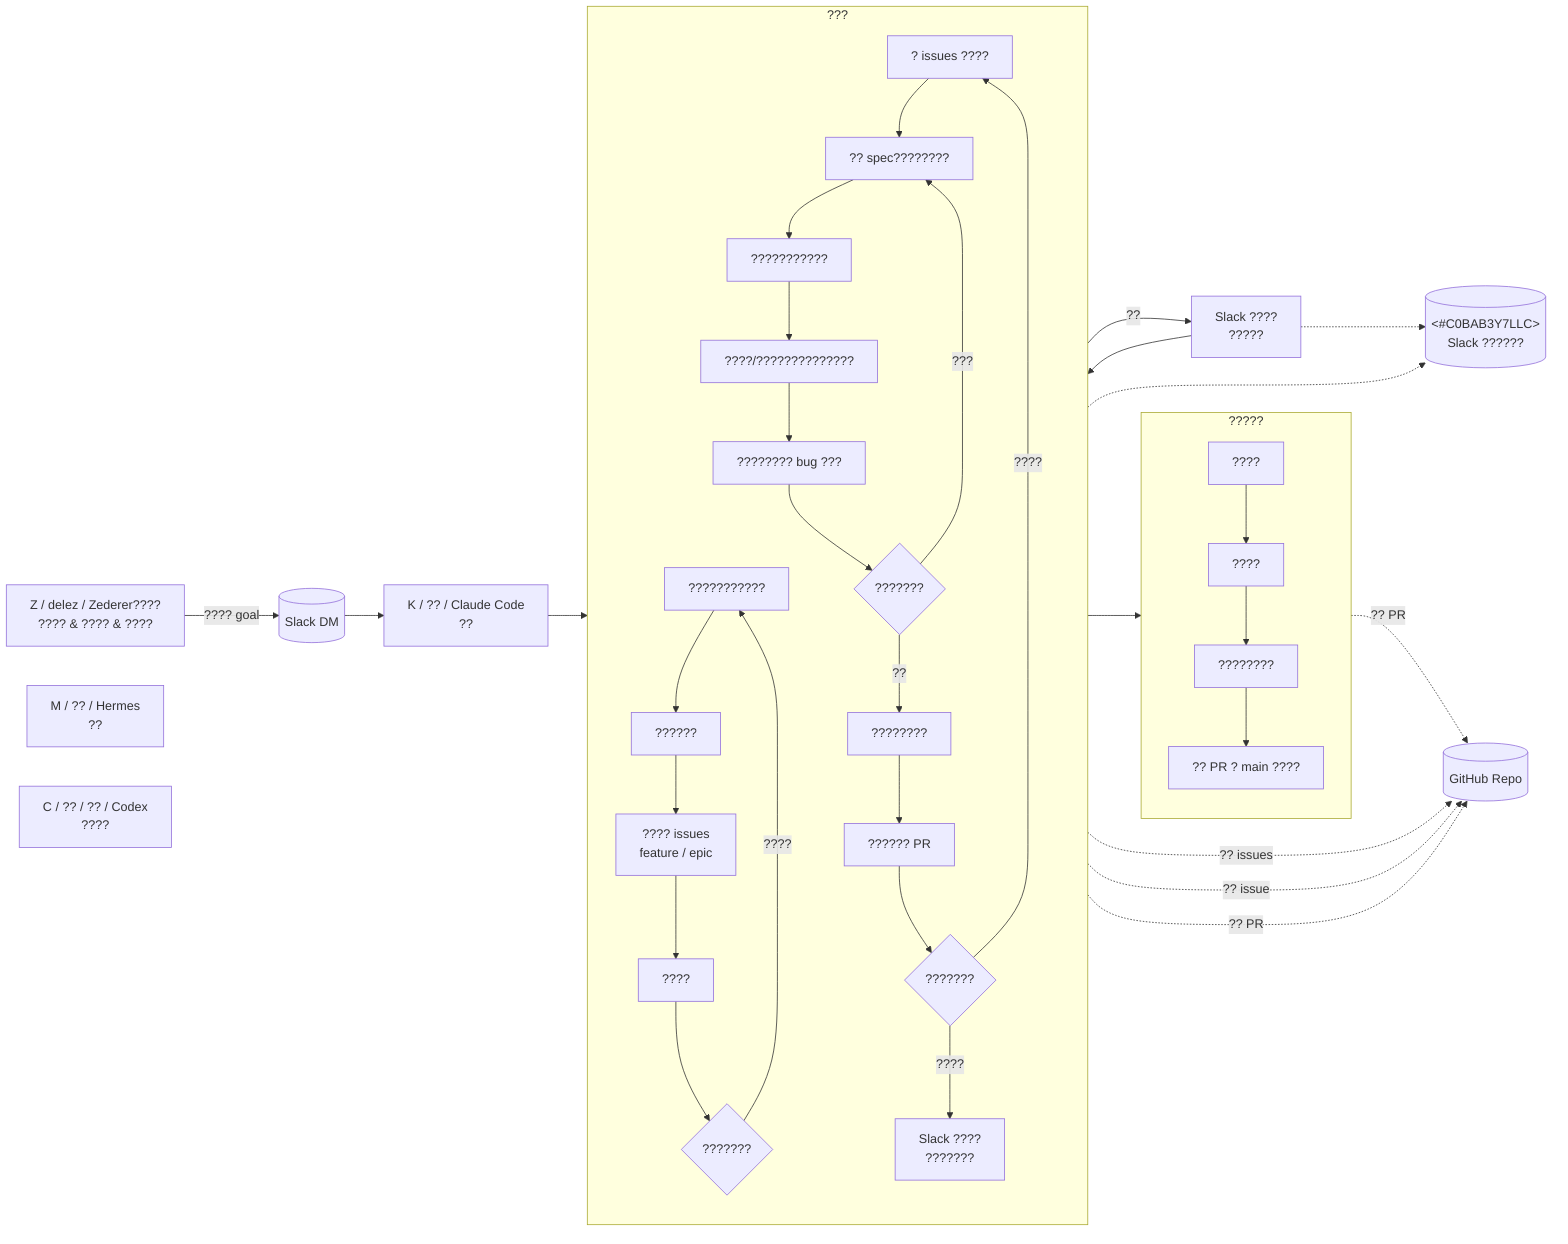
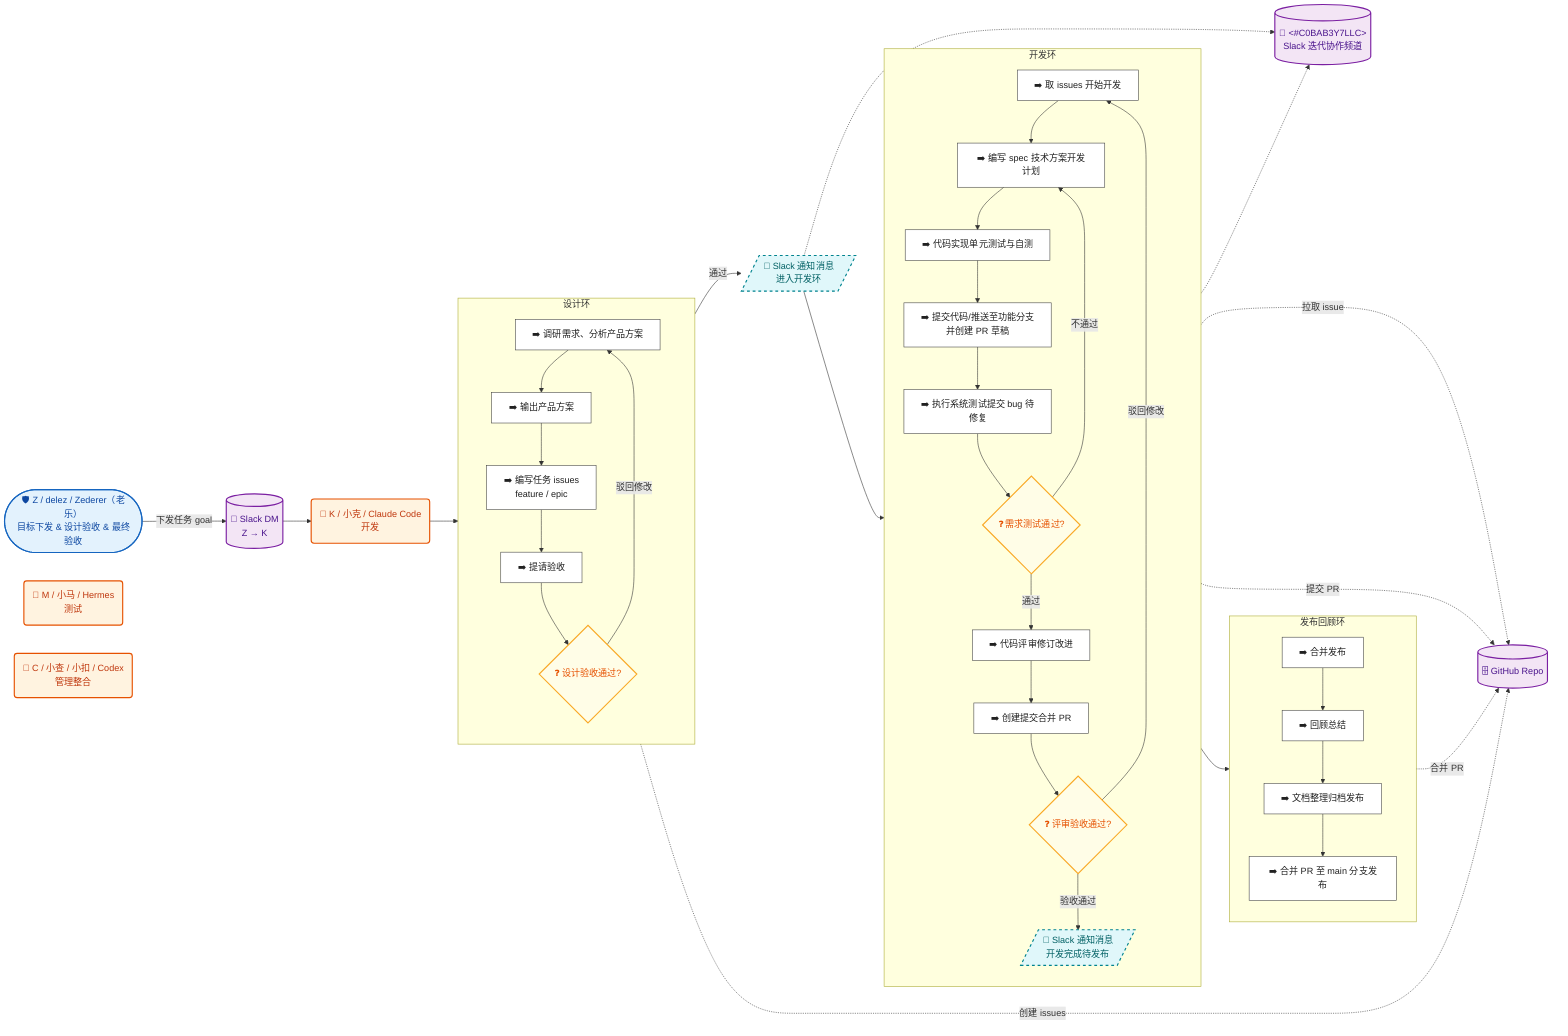
flowchart LR
-     Z["Z / delez / Zederer????<br>???? & ???? & ????"]
-     K["K / ?? / Claude Code<br>??"]
-     M["M / ?? / Hermes<br>??"]
-     C["C / ?? / ?? / Codex<br>????"]
-     S[("<#C0BAB3Y7LLC><br>Slack ??????")]
-     DM[("Slack DM")]
-     Git[(GitHub Repo)]
+     %% === 样式定义区 ===
+     classDef actor     fill:#e3f2fd,stroke:#1565c0,stroke-width:2px,color:#0d47a1
+     classDef system    fill:#fff3e0,stroke:#e65100,stroke-width:2px,color:#bf360c
+     classDef database  fill:#f3e5f5,stroke:#7b1fa2,stroke-width:2px,color:#4a148c
+     classDef external  fill:#fce4ec,stroke:#c62828,stroke-width:2px,color:#b71c1c,stroke-dasharray:5 5
+     classDef decision  fill:#fffde7,stroke:#f9a825,stroke-width:2px,color:#e65100
+     classDef process   fill:#ffffff,stroke:#424242,stroke-width:1px,color:#212121
+     classDef terminal  fill:#e8f5e9,stroke:#2e7d32,stroke-width:2px,color:#1b5e20
+     classDef error     fill:#ffebee,stroke:#c62828,stroke-width:2px,color:#b71c1c
+     classDef async     fill:#e0f7fa,stroke:#00838f,stroke-width:2px,color:#006064,stroke-dasharray:5 5
+     classDef highlight fill:#fff9c4,stroke:#f57f17,stroke-width:3px,color:#e65100

-     Z -->|???? goal| DM
+     Z(["🛡️ Z / delez / Zederer（老乐）<br>目标下发 & 设计验收 & 最终验收"]):::actor
+     K("🤖 K / 小克 / Claude Code<br>开发"):::system
+     M("🤖 M / 小马 / Hermes<br>测试"):::system
+     C("🤖 C / 小查 / 小扣 / Codex<br>管理整合"):::system
+     S[("📢 <#C0BAB3Y7LLC><br>Slack 迭代协作频道")]:::database
+     DM[("💬 Slack DM<br>Z → K")]:::database
+     Git[("🗄️ GitHub Repo")]:::database
+ 
+     Z -->|下发任务 goal| DM
    DM --> K

-     subgraph ???
+     subgraph 设计环
        direction TB
-         D1["???????????"] --> D2["??????"]
-         D2 --> D3["???? issues<br>feature / epic"]
-         D3 --> D4["????"]
-         D4 --> D5{???????}
-         D5 -->|????| D1
+         D1["➡️ 调研需求、分析产品方案"]:::process --> D2["➡️ 输出产品方案"]:::process
+         D2 --> D3["➡️ 编写任务 issues<br>feature / epic"]:::process
+         D3 --> D4["➡️ 提请验收"]:::process
+         D4 --> D5{"❓ 设计验收通过?"}:::decision
+         D5 -->|驳回修改| D1
    end

    K --> D1
-     D5 -->|??| N1["Slack ????<br>?????"]
+     D5 -->|通过| N1[/📣 Slack 通知消息<br>进入开发环/]:::async
    N1 -.-> S

-     subgraph ???
+     subgraph 开发环
        direction TB
-         P1["? issues ????"] --> P2["?? spec????????"]
-         P2 --> P3["???????????"]
-         P3 --> P4["????/??????????????"]
-         P4 --> P5["???????? bug ???"]
-         P5 --> P6{???????}
-         P6 -->|???| P2
-         P6 -->|??| P7["????????"]
-         P7 --> P8["?????? PR"]
-         P8 --> P9{???????}
-         P9 -->|????| P1
-         P9 -->|????| N2["Slack ????<br>???????"]
+         P1["➡️ 取 issues 开始开发"]:::process --> P2["➡️ 编写 spec 技术方案开发计划"]:::process
+         P2 --> P3["➡️ 代码实现单元测试与自测"]:::process
+         P3 --> P4["➡️ 提交代码/推送至功能分支并创建 PR 草稿"]:::process
+         P4 --> P5["➡️ 执行系统测试提交 bug 待修复"]:::process
+         P5 --> P6{"❓ 需求测试通过?"}:::decision
+         P6 -->|不通过| P2
+         P6 -->|通过| P7["➡️ 代码评审修订改进"]:::process
+         P7 --> P8["➡️ 创建提交合并 PR"]:::process
+         P8 --> P9{"❓ 评审验收通过?"}:::decision
+         P9 -->|驳回修改| P1
+         P9 -->|验收通过| N2[/📣 Slack 通知消息<br>开发完成待发布/]:::async
    end

    N1 --> P1
    N2 -.-> S

-     subgraph ?????
+     subgraph 发布回顾环
        direction TB
-         R1["????"] --> R2["????"]
-         R2 --> R3["????????"]
-         R3 --> R4["?? PR ? main ????"]
+         R1["➡️ 合并发布"]:::process --> R2["➡️ 回顾总结"]:::process
+         R2 --> R3["➡️ 文档整理归档发布"]:::process
+         R3 --> R4["➡️ 合并 PR 至 main 分支发布"]:::process
    end

    N2 --> R1

-     D3 -.->|?? issues| Git
-     P1 -.->|?? issue| Git
-     P8 -.->|?? PR| Git
-     R4 -.->|?? PR| Git
+     D3 -.->|创建 issues| Git
+     P1 -.->|拉取 issue| Git
+     P8 -.->|提交 PR| Git
+     R4 -.->|合并 PR| Git
